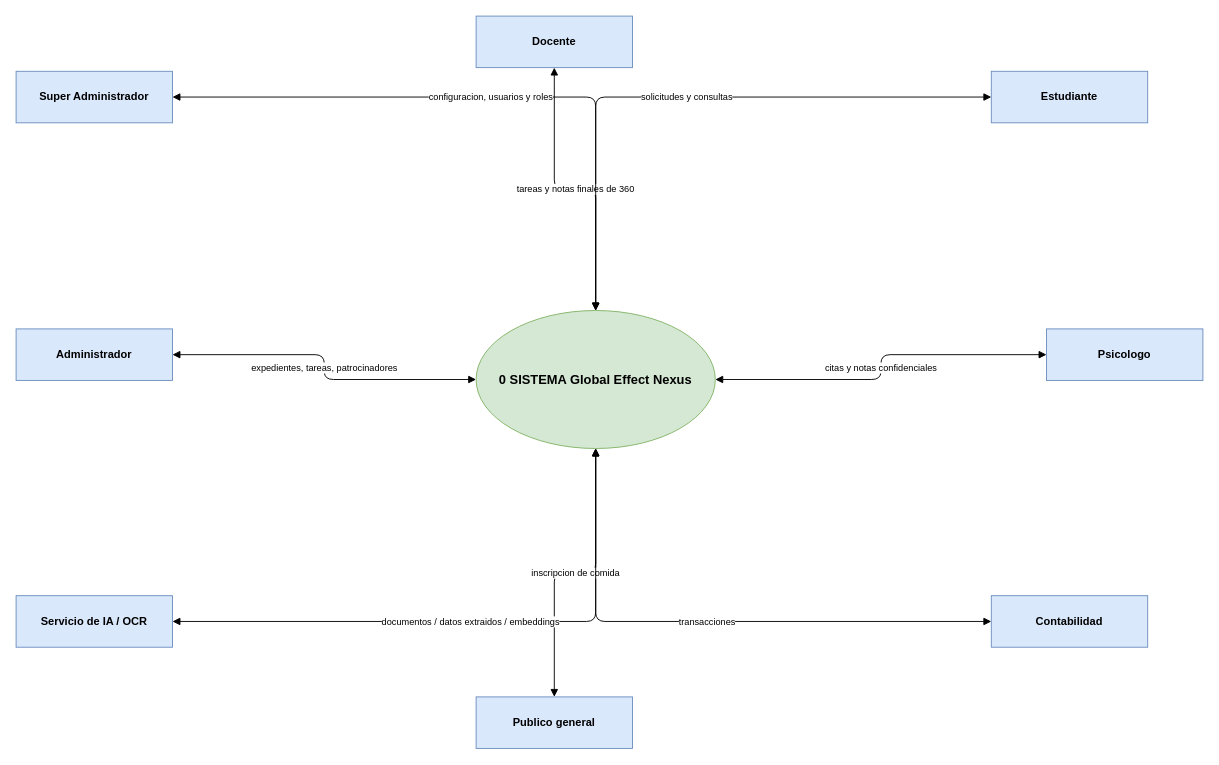
The draw.io diagram page "DFD Nivel 0 - Contexto" (1 of 5) of docs/04-modelo-de-datos/diagrama-flujo-datos.drawio in Dauris11/global-effect-nexus-v2, before the edit. Source tidied: cells renumbered, new cells numbered last; positions are measured from the earlier drawing's top-left corner, leaving out a move shared by most shapes. Both pictures are drawn from the tidied source at 92%, with x=0, y=0 at pixel (16, 16).
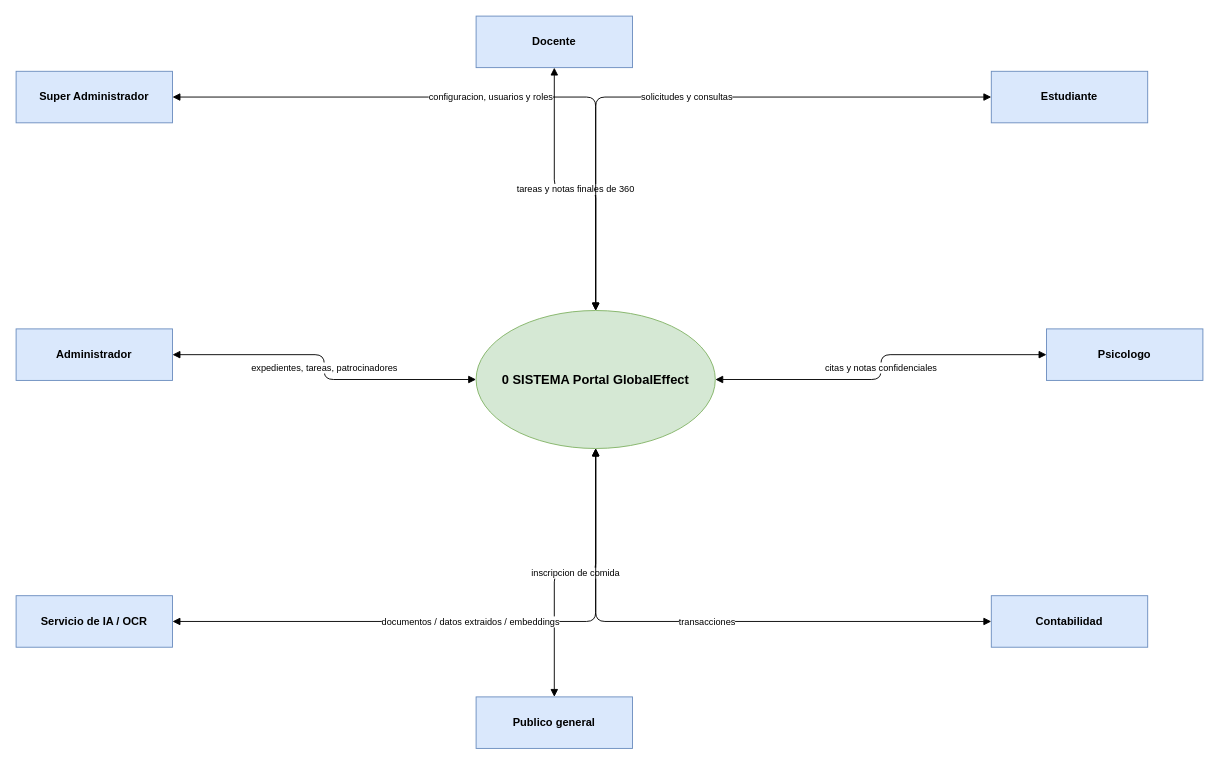
The same diagram, later.

Diff of the diagram source:
```diff
@@
 <mxGraphModel>
   <root>
     <mxCell id="0" />
     <mxCell id="1" parent="0" />
-    <mxCell id="2" value="0 SISTEMA Global Effect Nexus" style="ellipse;whiteSpace=wrap;html=1;fillColor=#d5e8d4;strokeColor=#82b366;fontSize=14;fontStyle=1;" parent="1" vertex="1">
+    <mxCell id="2" value="0 SISTEMA Portal GlobalEffect" style="ellipse;whiteSpace=wrap;html=1;fillColor=#d5e8d4;strokeColor=#82b366;fontSize=14;fontStyle=1;" parent="1" vertex="1">
       <mxGeometry x="500" y="320" width="260" height="150" as="geometry" />
     </mxCell>
     <mxCell id="3" value="Super Administrador" style="rounded=0;whiteSpace=wrap;html=1;fillColor=#dae8fc;strokeColor=#6c8ebf;fontSize=12;fontStyle=1;" parent="1" vertex="1">
       <mxGeometry y="60" width="170" height="56" as="geometry" />
     </mxCell>
     <mxCell id="4" value="Administrador" style="rounded=0;whiteSpace=wrap;html=1;fillColor=#dae8fc;strokeColor=#6c8ebf;fontSize=12;fontStyle=1;" parent="1" vertex="1">
       <mxGeometry y="340" width="170" height="56" as="geometry" />
     </mxCell>
     <mxCell id="5" value="Docente" style="rounded=0;whiteSpace=wrap;html=1;fillColor=#dae8fc;strokeColor=#6c8ebf;fontSize=12;fontStyle=1;" parent="1" vertex="1">
       <mxGeometry x="500" width="170" height="56" as="geometry" />
     </mxCell>
     <mxCell id="6" value="Estudiante" style="rounded=0;whiteSpace=wrap;html=1;fillColor=#dae8fc;strokeColor=#6c8ebf;fontSize=12;fontStyle=1;" parent="1" vertex="1">
       <mxGeometry x="1060" y="60" width="170" height="56" as="geometry" />
     </mxCell>
     <mxCell id="7" value="Psicologo" style="rounded=0;whiteSpace=wrap;html=1;fillColor=#dae8fc;strokeColor=#6c8ebf;fontSize=12;fontStyle=1;" parent="1" vertex="1">
       <mxGeometry x="1120" y="340" width="170" height="56" as="geometry" />
     </mxCell>
     <mxCell id="8" value="Contabilidad" style="rounded=0;whiteSpace=wrap;html=1;fillColor=#dae8fc;strokeColor=#6c8ebf;fontSize=12;fontStyle=1;" parent="1" vertex="1">
       <mxGeometry x="1060" y="630" width="170" height="56" as="geometry" />
     </mxCell>
     <mxCell id="9" value="Publico general" style="rounded=0;whiteSpace=wrap;html=1;fillColor=#dae8fc;strokeColor=#6c8ebf;fontSize=12;fontStyle=1;" parent="1" vertex="1">
       <mxGeometry x="500" y="740" width="170" height="56" as="geometry" />
     </mxCell>
     <mxCell id="10" value="Servicio de IA / OCR" style="rounded=0;whiteSpace=wrap;html=1;fillColor=#dae8fc;strokeColor=#6c8ebf;fontSize=12;fontStyle=1;" parent="1" vertex="1">
       <mxGeometry y="630" width="170" height="56" as="geometry" />
     </mxCell>
     <mxCell id="11" value="configuracion, usuarios y roles" style="edgeStyle=orthogonalEdgeStyle;rounded=1;html=1;fontSize=10;startArrow=block;startFill=1;endArrow=block;endFill=1;" parent="1" edge="1" source="3" target="2">
       <mxGeometry relative="1" as="geometry" />
     </mxCell>
     <mxCell id="12" value="expedientes, tareas, patrocinadores" style="edgeStyle=orthogonalEdgeStyle;rounded=1;html=1;fontSize=10;startArrow=block;startFill=1;endArrow=block;endFill=1;" parent="1" edge="1" source="4" target="2">
       <mxGeometry relative="1" as="geometry" />
     </mxCell>
     <mxCell id="13" value="tareas y notas finales de 360" style="edgeStyle=orthogonalEdgeStyle;rounded=1;html=1;fontSize=10;startArrow=block;startFill=1;endArrow=block;endFill=1;" parent="1" edge="1" source="5" target="2">
       <mxGeometry relative="1" as="geometry" />
     </mxCell>
     <mxCell id="14" value="solicitudes y consultas" style="edgeStyle=orthogonalEdgeStyle;rounded=1;html=1;fontSize=10;startArrow=block;startFill=1;endArrow=block;endFill=1;" parent="1" edge="1" source="6" target="2">
       <mxGeometry relative="1" as="geometry" />
     </mxCell>
     <mxCell id="15" value="citas y notas confidenciales" style="edgeStyle=orthogonalEdgeStyle;rounded=1;html=1;fontSize=10;startArrow=block;startFill=1;endArrow=block;endFill=1;" parent="1" edge="1" source="7" target="2">
       <mxGeometry relative="1" as="geometry" />
     </mxCell>
     <mxCell id="16" value="transacciones" style="edgeStyle=orthogonalEdgeStyle;rounded=1;html=1;fontSize=10;startArrow=block;startFill=1;endArrow=block;endFill=1;" parent="1" edge="1" source="8" target="2">
       <mxGeometry relative="1" as="geometry" />
     </mxCell>
     <mxCell id="17" value="inscripcion de comida" style="edgeStyle=orthogonalEdgeStyle;rounded=1;html=1;fontSize=10;startArrow=block;startFill=1;endArrow=block;endFill=1;" parent="1" edge="1" source="9" target="2">
       <mxGeometry relative="1" as="geometry" />
     </mxCell>
     <mxCell id="18" value="documentos / datos extraidos / embeddings" style="edgeStyle=orthogonalEdgeStyle;rounded=1;html=1;fontSize=10;startArrow=block;startFill=1;endArrow=block;endFill=1;" parent="1" edge="1" source="10" target="2">
       <mxGeometry relative="1" as="geometry" />
     </mxCell>
   </root>
 </mxGraphModel>
```
